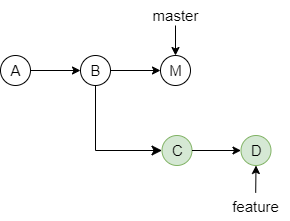
Above: git/git rebase工作原理.drawio.png in guxdong/imgrepo (draw.io), before the change. Source tidied: cells renumbered, new cells last; positions are measured from the earlier drawing's top-left corner, leaving out a move shared by most shapes.
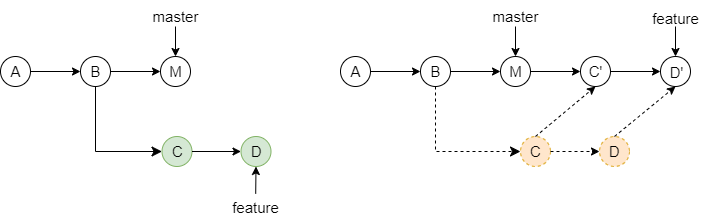
The same file after the commit.

Commit message:
更新git rebase工作原理.drawio.png

What changed in the source:
```diff
@@ -2,6 +2,42 @@
   <root>
     <mxCell id="0" />
     <mxCell id="1" parent="0" />
+    <mxCell id="20" style="ellipse;whiteSpace=wrap;html=1;fillColor=#ffe6cc;strokeColor=#d79b00;dashed=1;" parent="1" vertex="1">
+      <mxGeometry x="520" y="135" width="30" height="30" as="geometry" />
+    </mxCell>
+    <mxCell id="21" style="ellipse;whiteSpace=wrap;html=1;fillColor=#ffe6cc;strokeColor=#d79b00;dashed=1;" parent="1" vertex="1">
+      <mxGeometry x="599" y="135" width="30" height="30" as="geometry" />
+    </mxCell>
+    <mxCell id="22" style="ellipse;whiteSpace=wrap;html=1;" parent="1" vertex="1">
+      <mxGeometry x="660" y="55" width="30" height="30" as="geometry" />
+    </mxCell>
+    <mxCell id="23" style="ellipse;whiteSpace=wrap;html=1;" parent="1" vertex="1">
+      <mxGeometry x="580" y="55" width="30" height="30" as="geometry" />
+    </mxCell>
+    <mxCell id="24" style="ellipse;whiteSpace=wrap;html=1;" parent="1" vertex="1">
+      <mxGeometry x="420" y="55" width="30" height="30" as="geometry" />
+    </mxCell>
+    <mxCell id="25" value="&lt;font style=&quot;font-size: 15px;&quot;&gt;B&lt;/font&gt;" style="text;html=1;align=center;verticalAlign=middle;strokeColor=none;fillColor=none;" parent="1" vertex="1">
+      <mxGeometry x="420" y="55" width="30" height="30" as="geometry" />
+    </mxCell>
+    <mxCell id="26" value="&lt;font style=&quot;font-size: 15px;&quot;&gt;D'&lt;/font&gt;" style="text;html=1;align=center;verticalAlign=middle;strokeColor=none;fillColor=none;" parent="1" vertex="1">
+      <mxGeometry x="658" y="53" width="35" height="35" as="geometry" />
+    </mxCell>
+    <mxCell id="27" value="&lt;font style=&quot;font-size: 15px;&quot;&gt;D&lt;/font&gt;" style="text;html=1;align=center;verticalAlign=middle;strokeColor=none;fillColor=none;" parent="1" vertex="1">
+      <mxGeometry x="599" y="135" width="30" height="30" as="geometry" />
+    </mxCell>
+    <mxCell id="28" value="&lt;font style=&quot;font-size: 15px;&quot;&gt;C&lt;br&gt;&lt;/font&gt;" style="text;html=1;align=center;verticalAlign=middle;strokeColor=none;fillColor=none;" parent="1" vertex="1">
+      <mxGeometry x="520" y="135" width="30" height="30" as="geometry" />
+    </mxCell>
+    <mxCell id="29" value="&lt;font style=&quot;font-size: 15px;&quot;&gt;C'&lt;/font&gt;" style="text;html=1;align=center;verticalAlign=middle;strokeColor=none;fillColor=none;" parent="1" vertex="1">
+      <mxGeometry x="577.5" y="52.5" width="35" height="35" as="geometry" />
+    </mxCell>
+    <mxCell id="30" style="ellipse;whiteSpace=wrap;html=1;" parent="1" vertex="1">
+      <mxGeometry x="500" y="55" width="30" height="30" as="geometry" />
+    </mxCell>
+    <mxCell id="31" style="ellipse;whiteSpace=wrap;html=1;" parent="1" vertex="1">
+      <mxGeometry x="340" y="55" width="30" height="30" as="geometry" />
+    </mxCell>
     <mxCell id="2" style="ellipse;whiteSpace=wrap;html=1;" parent="1" vertex="1">
       <mxGeometry y="55" width="30" height="30" as="geometry" />
     </mxCell>
@@ -62,5 +98,57 @@
     <mxCell id="19" style="endArrow=classic;html=1;rounded=0;exitX=0.51;exitY=0.045;exitDx=0;exitDy=0;exitPerimeter=0;entryX=0.5;entryY=1;entryDx=0;entryDy=0;" parent="1" edge="1" source="18" target="6">
       <mxGeometry relative="1" as="geometry" />
     </mxCell>
+    <mxCell id="32" value="&lt;font style=&quot;font-size: 15px;&quot;&gt;A&lt;/font&gt;" style="text;html=1;align=center;verticalAlign=middle;points=[];strokeColor=none;fillColor=none;" parent="1" vertex="1">
+      <mxGeometry x="340" y="55" width="30" height="30" as="geometry" />
+    </mxCell>
+    <mxCell id="33" value="&lt;font style=&quot;font-size: 15px;&quot;&gt;M&lt;/font&gt;" style="text;html=1;align=center;verticalAlign=middle;strokeColor=none;fillColor=none;" parent="1" vertex="1">
+      <mxGeometry x="495" y="55" width="40" height="30" as="geometry" />
+    </mxCell>
+    <mxCell id="34" value="&lt;font style=&quot;font-size: 15px;&quot;&gt;master&lt;/font&gt;" style="text;html=1;align=center;verticalAlign=middle;strokeColor=none;fillColor=none;" parent="1" vertex="1">
+      <mxGeometry x="480" width="70" height="30" as="geometry" />
+    </mxCell>
+    <mxCell id="35" style="endArrow=classic;html=1;rounded=0;" parent="1" edge="1">
+      <mxGeometry relative="1" as="geometry">
+        <mxPoint x="515" y="25" as="sourcePoint" />
+        <mxPoint x="515" y="55" as="targetPoint" />
+      </mxGeometry>
+    </mxCell>
+    <mxCell id="36" value="&lt;font style=&quot;font-size: 15px;&quot;&gt;feature&lt;/font&gt;" style="text;html=1;align=center;verticalAlign=middle;strokeColor=none;fillColor=none;" parent="1" vertex="1">
+      <mxGeometry x="640" y="-1" width="70" height="35" as="geometry" />
+    </mxCell>
+    <mxCell id="37" style="endArrow=classic;html=1;rounded=0;" parent="1" edge="1">
+      <mxGeometry relative="1" as="geometry">
+        <mxPoint x="675" y="25" as="sourcePoint" />
+        <mxPoint x="675" y="55" as="targetPoint" />
+      </mxGeometry>
+    </mxCell>
+    <mxCell id="38" style="endArrow=classic;html=1;rounded=0;exitX=1;exitY=0.5;exitDx=0;exitDy=0;entryX=0;entryY=0.5;entryDx=0;entryDy=0;dashed=1;" parent="1" edge="1" source="20" target="21">
+      <mxGeometry relative="1" as="geometry" />
+    </mxCell>
+    <mxCell id="39" style="endArrow=classic;html=1;rounded=0;entryX=0;entryY=0.5;entryDx=0;entryDy=0;" parent="1" edge="1" source="32" target="24">
+      <mxGeometry relative="1" as="geometry" />
+    </mxCell>
+    <mxCell id="40" style="endArrow=classic;html=1;rounded=0;entryX=0;entryY=0.5;entryDx=0;entryDy=0;exitX=1;exitY=0.5;exitDx=0;exitDy=0;" parent="1" edge="1" source="24" target="30">
+      <mxGeometry relative="1" as="geometry" />
+    </mxCell>
+    <mxCell id="41" style="endArrow=classic;html=1;rounded=0;entryX=0;entryY=0.5;entryDx=0;entryDy=0;exitX=1;exitY=0.5;exitDx=0;exitDy=0;" parent="1" edge="1" source="30" target="23">
+      <mxGeometry relative="1" as="geometry" />
+    </mxCell>
+    <mxCell id="42" style="endArrow=classic;html=1;rounded=0;entryX=0;entryY=0.5;entryDx=0;entryDy=0;exitX=1;exitY=0.5;exitDx=0;exitDy=0;" parent="1" edge="1" source="23" target="22">
+      <mxGeometry relative="1" as="geometry" />
+    </mxCell>
+    <mxCell id="43" style="endArrow=classic;html=1;rounded=0;entryX=0.5;entryY=1;entryDx=0;entryDy=0;exitX=0.5;exitY=0;exitDx=0;exitDy=0;dashed=1;" parent="1" edge="1" source="20" target="23">
+      <mxGeometry relative="1" as="geometry" />
+    </mxCell>
+    <mxCell id="44" style="endArrow=classic;html=1;rounded=0;entryX=0.5;entryY=1;entryDx=0;entryDy=0;exitX=0.5;exitY=0;exitDx=0;exitDy=0;dashed=1;" parent="1" edge="1" source="21" target="22">
+      <mxGeometry relative="1" as="geometry" />
+    </mxCell>
+    <mxCell id="45" style="edgeStyle=elbowEdgeStyle;elbow=horizontal;endArrow=classic;html=1;curved=0;rounded=0;endSize=8;startSize=8;exitX=0.5;exitY=1;exitDx=0;exitDy=0;dashed=1;" parent="1" edge="1" source="24" target="20">
+      <mxGeometry relative="1" as="geometry">
+        <Array as="points">
+          <mxPoint x="435" y="120" />
+        </Array>
+      </mxGeometry>
+    </mxCell>
   </root>
 </mxGraphModel>
```
